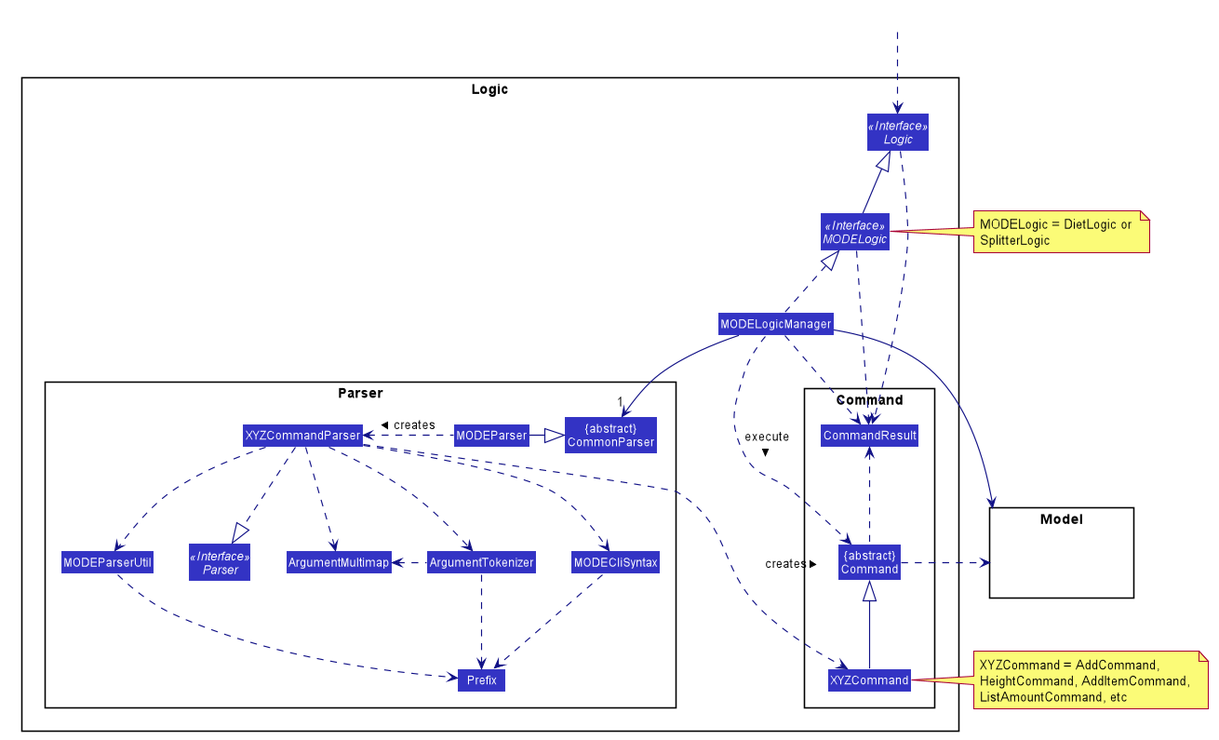
Above: images/LogicClassDiagram.png in AY1920S2-CS2103T-W13-1/main (PlantUML), before the change. The source it was exported from:
```plantuml
@startuml








skinparam BackgroundColor #FFFFFFF

skinparam Shadowing false

skinparam Class {
    FontColor #FFFFFF
    BorderThickness 1
    BorderColor #FFFFFF
    StereotypeFontColor #FFFFFF
    FontName Arial
}

skinparam Actor {
    BorderColor #000000
    Color #000000
    FontName Arial
}

skinparam Sequence {
    MessageAlign center
    BoxFontSize 15
    BoxPadding 0
    BoxFontColor #FFFFFF
    FontName Arial
}

skinparam Participant {
    FontColor #FFFFFFF
    Padding 20
}

skinparam MinClassWidth 50
skinparam ParticipantPadding 10
skinparam Shadowing false
skinparam DefaultTextAlignment center
skinparam packageStyle Rectangle

hide footbox
hide members
hide circle
skinparam arrowThickness 1.1
skinparam arrowColor #101086
skinparam classBackgroundColor #3333C4

package Logic {

package Parser {
Class "{abstract}\nCommonParser" as CommonParser
Class Prefix
Class ArgumentMultimap
Class ArgumentTokenizer
Interface Parser <<Interface>>
Class XYZCommandParser
Class MODEParserUtil
Class MODEParser
Class MODECliSyntax
}

package Command {
Class XYZCommand
Class CommandResult
Class "{abstract}\nCommand" as Command
}

Interface Logic <<Interface>>
Interface MODELogic <<Interface>>
Class MODELogicManager
}

MODELogic -up-|> Logic
MODELogicManager .up.|> MODELogic
MODELogicManager -->"1" CommonParser

MODEParser -right-|> CommonParser
MODEParser .left.> XYZCommandParser: creates >
XYZCommandParser ..|> Parser
XYZCommandParser ..> MODECliSyntax
XYZCommandParser ..> MODEParserUtil
XYZCommandParser ..> ArgumentMultimap
XYZCommandParser ..> ArgumentTokenizer
ArgumentTokenizer .left.> ArgumentMultimap
MODECliSyntax ..> Prefix
MODEParserUtil ..> Prefix
ArgumentTokenizer ..> Prefix
XYZCommandParser ..> XYZCommand: creates >

ArgumentTokenizer .[hidden]left.> MODEParserUtil
MODEParserUtil .[hidden]left.> MODECliSyntax

Logic ..> CommandResult
MODELogic ..> CommandResult
MODELogicManager ..> CommandResult
MODELogicManager ..> Command: execute >
MODELogicManager --> Model

XYZCommand -up-|> Command
Command .up.> CommandResult
Command .right.> Model
note right of XYZCommand: XYZCommand = AddCommand, \nHeightCommand, AddItemCommand, \nListAmountCommand, etc
note left of MODELogic: MODELogic = DietLogic or \nSplitterLogic

Class HiddenOutside #FFFFFF
HiddenOutside ..> Logic

package Model{
Class HiddenModel #FFFFFF
}

@enduml
```
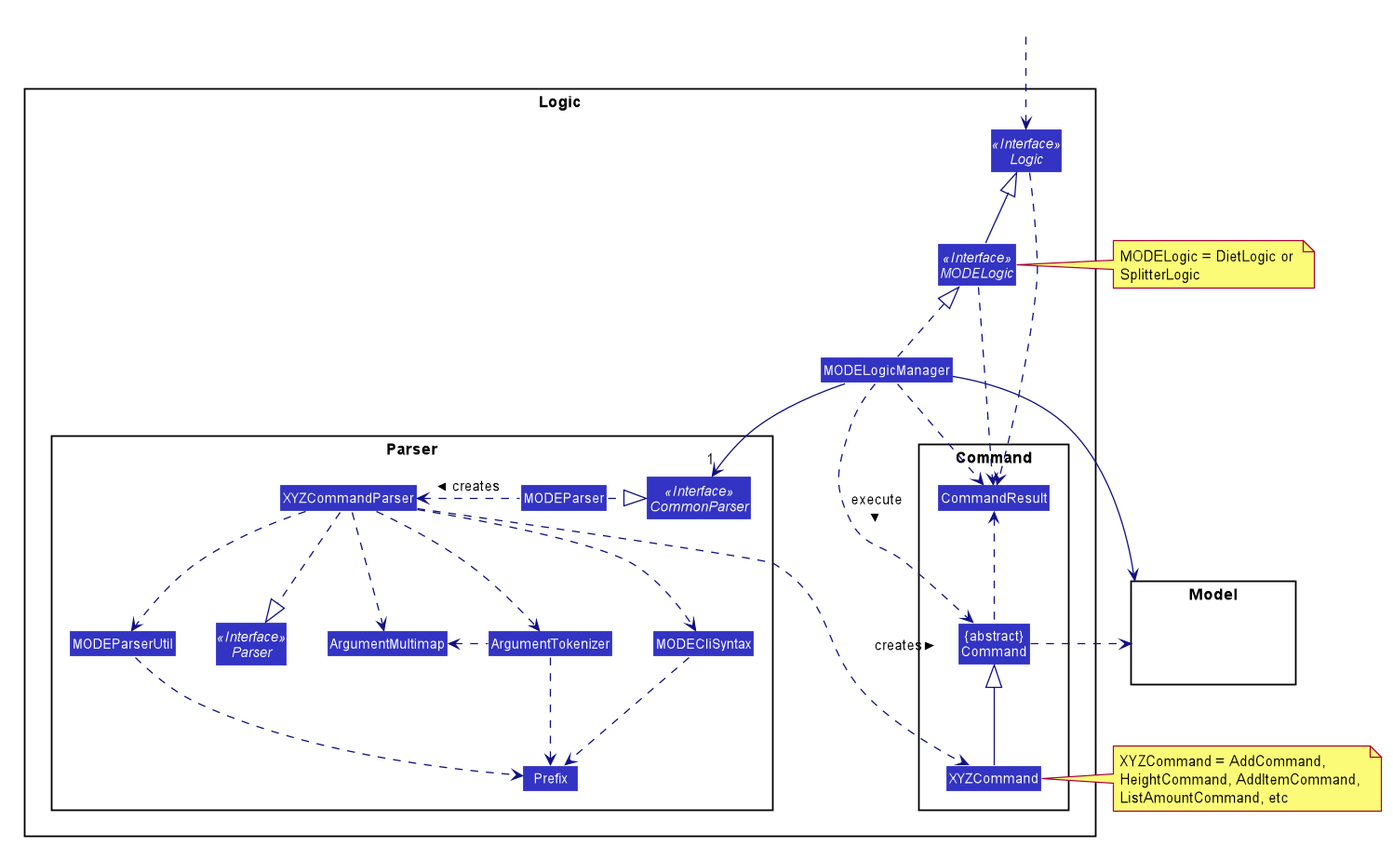
The same file after the commit.

What changed in the source:
```diff
@@ -54,7 +54,7 @@
 package Logic {
 
 package Parser {
-Class "{abstract}\nCommonParser" as CommonParser
+Interface CommonParser <<Interface>>
 Class Prefix
 Class ArgumentMultimap
 Class ArgumentTokenizer
@@ -80,7 +80,7 @@
 MODELogicManager .up.|> MODELogic
 MODELogicManager -->"1" CommonParser
 
-MODEParser -right-|> CommonParser
+MODEParser .right.|> CommonParser
 MODEParser .left.> XYZCommandParser: creates >
 XYZCommandParser ..|> Parser
 XYZCommandParser ..> MODECliSyntax
```
